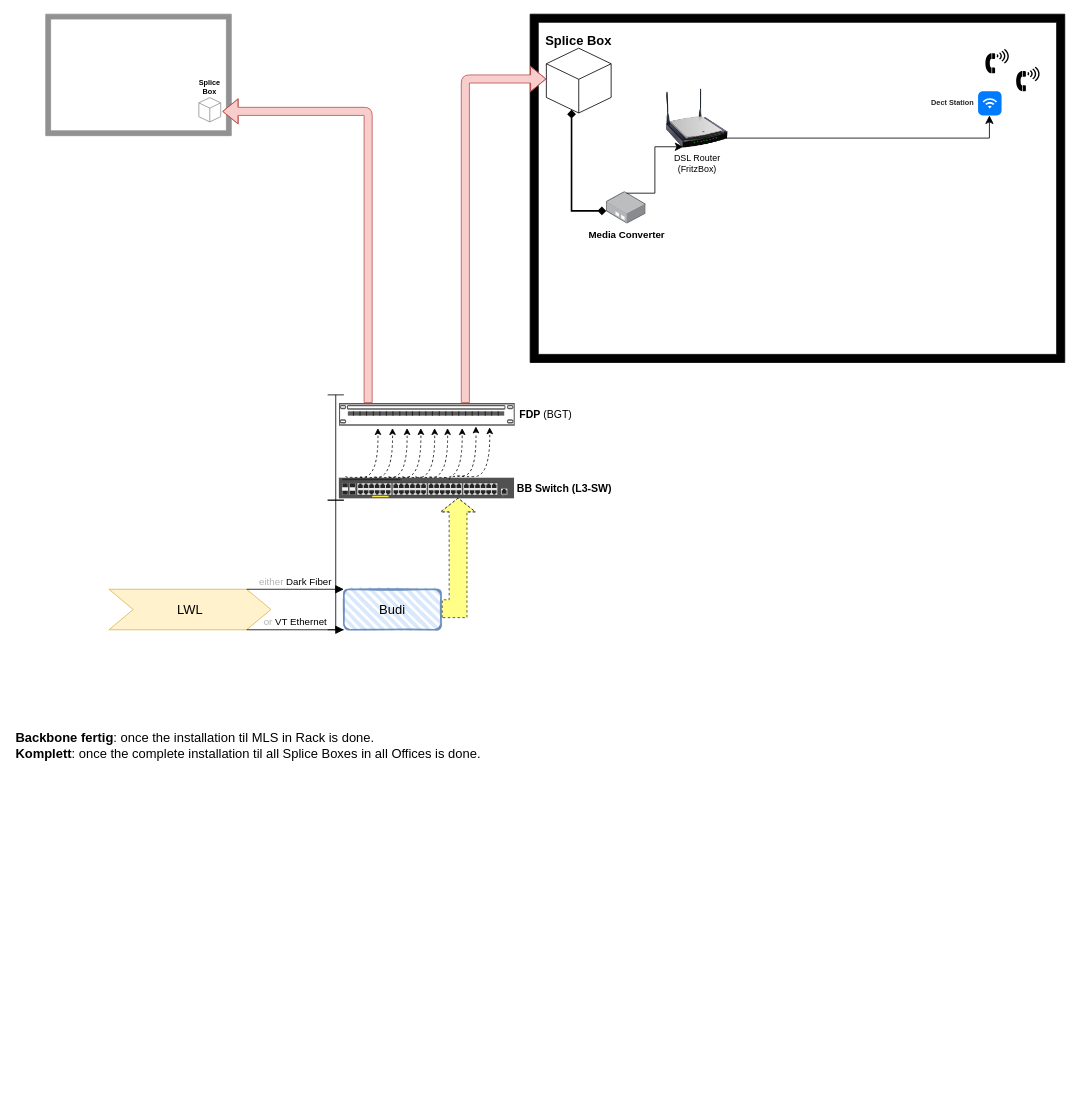
This is Optical Fiber connection/Office Side.drawio from payam-avarwand/Network_Diagrams, a draw.io file, before an edit. Source tidied: cells renumbered, new cells numbered last; positions are measured from the earlier drawing's top-left corner, leaving out a move shared by most shapes. Both pictures are drawn from the tidied source at 81%, with x=0, y=0 at pixel (14, 14).
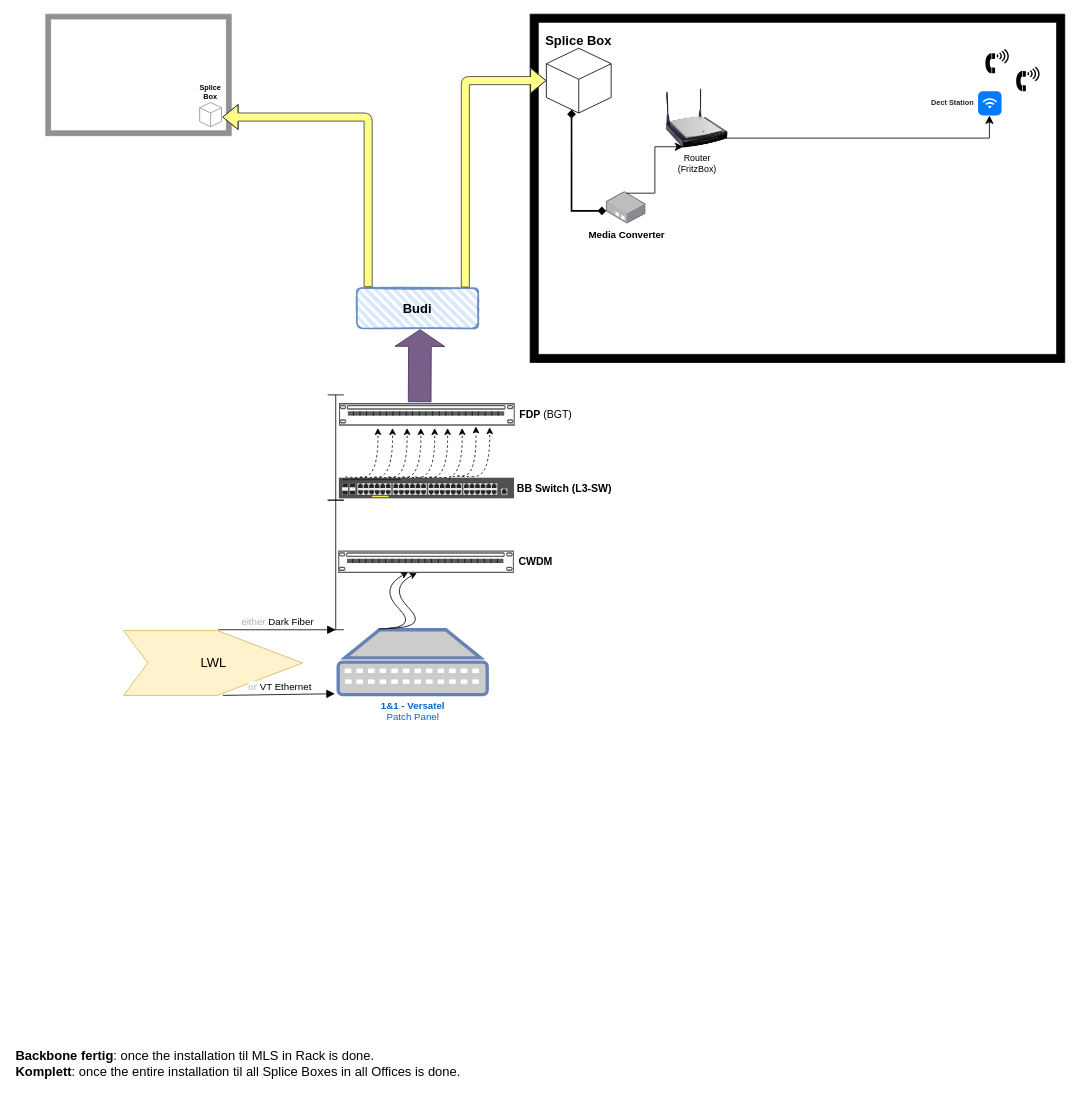
The same diagram, later.

The edit, as a diff of the source:
```diff
@@
-    <mxCell id="3" value="LWL" style="html=1;shadow=0;dashed=0;align=center;verticalAlign=middle;shape=mxgraph.arrows2.arrow;dy=0;dx=30;notch=30;fontSize=16;fillColor=#fff2cc;strokeColor=#d6b656;" parent="1" vertex="1">
-      <mxGeometry x="117" y="710" width="200" height="50" as="geometry" />
+    <mxCell id="3" value="LWL" style="html=1;shadow=0;dashed=0;align=center;verticalAlign=middle;shape=mxgraph.arrows2.arrow;dy=0;dx=105.08;notch=30;fontSize=16;fillColor=#fff2cc;strokeColor=#d6b656;" parent="1" vertex="1">
+      <mxGeometry x="135" y="761" width="221" height="80" as="geometry" />
     </mxCell>
-    <mxCell id="4" value="Budi" style="rounded=1;strokeWidth=2;fillWeight=4;hachureGap=8;hachureAngle=45;fillColor=#dae8fc;sketch=1;fontSize=16;flipH=0;labelBorderColor=none;labelBackgroundColor=none;html=1;whiteSpace=wrap;strokeColor=#6c8ebf;" parent="1" vertex="1">
-      <mxGeometry x="407" y="710" width="120" height="50" as="geometry" />
+    <mxCell id="4" value="&lt;b&gt;Budi&lt;/b&gt;" style="rounded=1;strokeWidth=2;fillWeight=4;hachureGap=8;hachureAngle=45;fillColor=#dae8fc;sketch=1;fontSize=16;flipH=0;labelBorderColor=none;labelBackgroundColor=none;html=1;whiteSpace=wrap;strokeColor=#6c8ebf;" parent="1" vertex="1">
+      <mxGeometry x="423" y="338" width="150" height="50" as="geometry" />
     </mxCell>
-    <mxCell id="5" value="&lt;div align=&quot;left&quot;&gt;&lt;b&gt;Backbone fertig&lt;/b&gt;: once the installation til MLS in Rack is done.&lt;/div&gt;&lt;div align=&quot;left&quot;&gt;&lt;b&gt;Komplett&lt;/b&gt;: once the complete installation til all Splice Boxes in all Offices is done.&lt;/div&gt;" style="text;strokeColor=none;fillColor=none;html=1;align=left;verticalAlign=middle;whiteSpace=wrap;rounded=0;fontSize=16;" parent="1" vertex="1">
-      <mxGeometry y="867" width="627" height="71" as="geometry" />
+    <mxCell id="5" value="&lt;div align=&quot;left&quot;&gt;&lt;b&gt;Backbone fertig&lt;/b&gt;: once the installation til MLS in Rack is done.&lt;/div&gt;&lt;div align=&quot;left&quot;&gt;&lt;b&gt;Komplett&lt;/b&gt;: once the entire installation til all Splice Boxes in all Offices is done.&lt;/div&gt;" style="text;strokeColor=none;fillColor=none;html=1;align=left;verticalAlign=middle;whiteSpace=wrap;rounded=0;fontSize=16;" parent="1" vertex="1">
+      <mxGeometry y="1260" width="627" height="71" as="geometry" />
     </mxCell>
@@
-    <mxCell id="7" value="&lt;font color=&quot;#b3b3b3&quot;&gt;either &lt;/font&gt;Dark Fiber" style="html=1;verticalAlign=bottom;endArrow=block;curved=0;rounded=0;fontSize=12;startSize=8;endSize=8;entryX=0;entryY=0;entryDx=0;entryDy=0;" parent="1" edge="1" target="4">
-      <mxGeometry relative="1" as="geometry">
-        <mxPoint x="287" y="710" as="sourcePoint" />
-      </mxGeometry>
-    </mxCell>
-    <mxCell id="8" value="&lt;font color=&quot;#b3b3b3&quot;&gt;or &lt;/font&gt;VT Ethernet" style="html=1;verticalAlign=bottom;endArrow=block;curved=0;rounded=0;fontSize=12;startSize=8;endSize=8;entryX=0;entryY=0;entryDx=0;entryDy=0;" parent="1" edge="1">
-      <mxGeometry relative="1" as="geometry">
-        <mxPoint x="287" y="760" as="sourcePoint" />
-        <mxPoint x="407" y="760" as="targetPoint" />
+    <mxCell id="8" value="&lt;font color=&quot;#b3b3b3&quot;&gt;or &lt;/font&gt;VT Ethernet" style="html=1;verticalAlign=bottom;endArrow=block;curved=0;rounded=0;fontSize=12;startSize=8;endSize=8;exitX=0.555;exitY=1;exitDx=0;exitDy=0;exitPerimeter=0;" parent="1" edge="1" source="3">
+      <mxGeometry x="0.01" relative="1" as="geometry">
+        <mxPoint x="396" y="839" as="targetPoint" />
       </mxGeometry>
     </mxCell>
@@
-    <mxCell id="21" style="edgeStyle=segmentEdgeStyle;endArrow=classic;html=1;curved=0;rounded=0;fontSize=12;dashed=1;shape=flexArrow;fillColor=#ffff88;strokeColor=#36393d;width=22;endSize=5.33;" parent="1" edge="1">
-      <mxGeometry relative="1" as="geometry">
-        <mxPoint x="528" y="734" as="sourcePoint" />
-        <mxPoint x="548" y="597" as="targetPoint" />
-        <Array as="points">
-          <mxPoint x="548" y="734" />
-        </Array>
-      </mxGeometry>
-    </mxCell>
@@
-    <mxCell id="24" style="edgeStyle=segmentEdgeStyle;endArrow=classic;html=1;curved=0;rounded=1;fontSize=12;fillColor=#f8cecc;strokeColor=#b85450;shadow=0;shape=flexArrow;" parent="1" edge="1">
+    <mxCell id="24" style="edgeStyle=segmentEdgeStyle;endArrow=classic;html=1;curved=0;rounded=1;fontSize=12;fillColor=#ffff88;strokeColor=#36393d;shadow=0;shape=flexArrow;exitX=0.893;exitY=-0.052;exitDx=0;exitDy=0;exitPerimeter=0;" parent="1" edge="1">
       <mxGeometry relative="1" as="geometry">
-        <mxPoint x="557" y="480" as="sourcePoint" />
-        <mxPoint x="657" y="80" as="targetPoint" />
+        <mxPoint x="557" y="337.4" as="sourcePoint" />
+        <mxPoint x="657" y="82" as="targetPoint" />
         <Array as="points">
-          <mxPoint x="557" y="80" />
+          <mxPoint x="557" y="82" />
         </Array>
       </mxGeometry>
     </mxCell>
@@
     <mxCell id="27" value="&lt;b style=&quot;font-size: 9px;&quot;&gt;&lt;font style=&quot;font-size: 9px;&quot;&gt;Splice Box&lt;/font&gt;&lt;/b&gt;" style="html=1;whiteSpace=wrap;shape=isoCube2;backgroundOutline=1;isoAngle=15;fontSize=9;labelPosition=center;verticalLabelPosition=top;align=center;verticalAlign=bottom;spacing=1;strokeColor=#919191;" parent="1" vertex="1">
-      <mxGeometry x="228" y="103" width="27" height="30" as="geometry" />
+      <mxGeometry x="229" y="109" width="27" height="30" as="geometry" />
     </mxCell>
-    <mxCell id="28" style="edgeStyle=segmentEdgeStyle;endArrow=classic;html=1;curved=0;rounded=1;fontSize=12;fillColor=#f8cecc;strokeColor=#b85450;shadow=0;shape=flexArrow;" parent="1" edge="1">
+    <mxCell id="28" style="edgeStyle=segmentEdgeStyle;endArrow=classic;html=1;curved=0;rounded=1;fontSize=12;fillColor=#ffff88;strokeColor=#36393d;shadow=0;shape=flexArrow;" parent="1" edge="1">
       <mxGeometry relative="1" as="geometry">
-        <mxPoint x="437" y="480" as="sourcePoint" />
-        <mxPoint x="257" y="120" as="targetPoint" />
+        <mxPoint x="437" y="337" as="sourcePoint" />
+        <mxPoint x="257" y="127" as="targetPoint" />
         <Array as="points">
-          <mxPoint x="437" y="120" />
-          <mxPoint x="277" y="120" />
+          <mxPoint x="437" y="127" />
+          <mxPoint x="277" y="127" />
         </Array>
       </mxGeometry>
     </mxCell>
@@
-    <mxCell id="30" value="&lt;div style=&quot;font-size: 11px;&quot;&gt;&lt;font style=&quot;font-size: 11px;&quot;&gt;DSL Router&lt;/font&gt;&lt;/div&gt;&lt;div style=&quot;font-size: 11px;&quot;&gt;&lt;font style=&quot;font-size: 11px;&quot;&gt;(FritzBox)&lt;font style=&quot;font-size: 11px;&quot;&gt;&lt;br&gt;&lt;/font&gt;&lt;/font&gt;&lt;/div&gt;" style="image;html=1;image=img/lib/clip_art/networking/Wireless_Router_N_128x128.png;fontSize=16;" parent="1" vertex="1">
+    <mxCell id="30" value="&lt;div style=&quot;font-size: 11px;&quot;&gt;&lt;font style=&quot;font-size: 11px;&quot;&gt;Router&lt;/font&gt;&lt;/div&gt;&lt;div style=&quot;font-size: 11px;&quot;&gt;&lt;font style=&quot;font-size: 11px;&quot;&gt;(FritzBox)&lt;font style=&quot;font-size: 11px;&quot;&gt;&lt;br&gt;&lt;/font&gt;&lt;/font&gt;&lt;/div&gt;" style="image;html=1;image=img/lib/clip_art/networking/Wireless_Router_N_128x128.png;fontSize=16;" parent="1" vertex="1">
       <mxGeometry x="798" y="92" width="90" height="73" as="geometry" />
     </mxCell>
@@
+    <mxCell id="36" style="shape=flexArrow;endArrow=classic;html=1;rounded=0;fillColor=#76608a;strokeColor=#432D57;endWidth=32.57142857142857;endSize=6.5600000000000005;width=28;" parent="1" edge="1">
+      <mxGeometry relative="1" as="geometry">
+        <mxPoint x="500.6" y="479" as="sourcePoint" />
+        <mxPoint x="501" y="389" as="targetPoint" />
+      </mxGeometry>
+    </mxCell>
+    <mxCell id="37" value="&lt;b&gt;1&amp;amp;1 - Versatel&lt;br&gt;&lt;/b&gt;Patch Panel" style="fontColor=#0066CC;verticalAlign=top;verticalLabelPosition=bottom;labelPosition=center;align=center;html=1;fillColor=#CCCCCC;strokeColor=#6881B3;gradientColor=none;gradientDirection=north;strokeWidth=2;shape=mxgraph.networks.patch_panel;" parent="1" vertex="1">
+      <mxGeometry x="400" y="760" width="184" height="80" as="geometry" />
+    </mxCell>
+    <mxCell id="7" value="&lt;font style=&quot;border-color: var(--border-color); background-color: rgb(251, 251, 251);&quot; color=&quot;#b3b3b3&quot;&gt;either&amp;nbsp;&lt;/font&gt;Dark Fiber" style="html=1;verticalAlign=bottom;endArrow=block;curved=0;rounded=0;fontSize=12;startSize=8;endSize=8;exitX=0;exitY=0;exitDx=136.75;exitDy=50;exitPerimeter=0;entryX=0.5;entryY=0.5;entryDx=0;entryDy=0;entryPerimeter=0;" parent="1" edge="1">
+      <mxGeometry relative="1" as="geometry">
+        <mxPoint x="252" y="760" as="sourcePoint" />
+        <mxPoint x="397" y="760" as="targetPoint" />
+      </mxGeometry>
+    </mxCell>
+    <mxCell id="38" value="&lt;b&gt;CWDM&lt;/b&gt;" style="strokeColor=#666666;html=1;labelPosition=right;align=left;spacingLeft=15;shadow=0;dashed=0;shape=mxgraph.rack.general.cat5e_rack_mount_patch_panel_24_ports;fontSize=13;verticalAlign=middle;spacing=-9;" parent="1" vertex="1">
+      <mxGeometry x="400" y="662" width="217" height="28" as="geometry" />
+    </mxCell>
+    <mxCell id="39" style="curved=1;endArrow=classic;html=1;rounded=0;" parent="1" edge="1">
+      <mxGeometry relative="1" as="geometry">
+        <mxPoint x="450" y="759" as="sourcePoint" />
+        <mxPoint x="486.2" y="689" as="targetPoint" />
+        <Array as="points">
+          <mxPoint x="500" y="759" />
+          <mxPoint x="450" y="709" />
+        </Array>
+      </mxGeometry>
+    </mxCell>
+    <mxCell id="40" style="curved=1;endArrow=classic;html=1;rounded=0;" parent="1" edge="1">
+      <mxGeometry relative="1" as="geometry">
+        <mxPoint x="462" y="758" as="sourcePoint" />
+        <mxPoint x="497" y="690" as="targetPoint" />
+        <Array as="points">
+          <mxPoint x="512" y="758" />
+          <mxPoint x="462" y="708" />
+        </Array>
+      </mxGeometry>
+    </mxCell>
```
